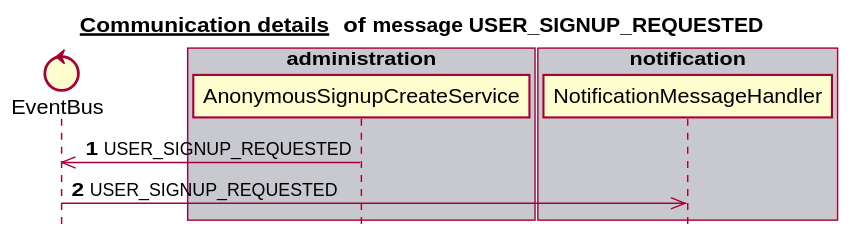
Before: docs/latest/images/gen_domain_messaging_user_signup_requested.svg, a diagram exported from PlantUML (mercedes-benz/sechub).
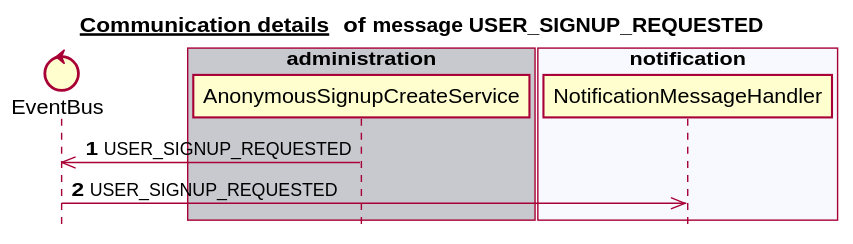
The same diagram one commit later.

Diff of the diagram source:
```diff
@@ -6,17 +6,17 @@
 
 
 control EventBus
+box "scan" #C8C8CF
+end box
+box "authorization" #F8F8FF
+end box
 box "administration" #C8C8CF
    participant AnonymousSignupCreateService
 end box
-box "schedule" #F8F8FF
+box "notification" #F8F8FF
+   participant NotificationMessageHandler
 end box
-box "authorization" #C8C8CF
-end box
-box "scan" #F8F8FF
-end box
-box "notification" #C8C8CF
-   participant NotificationMessageHandler
+box "schedule" #C8C8CF
 end box
 autonumber 1
 AnonymousSignupCreateService ->> EventBus:USER_SIGNUP_REQUESTED
```
